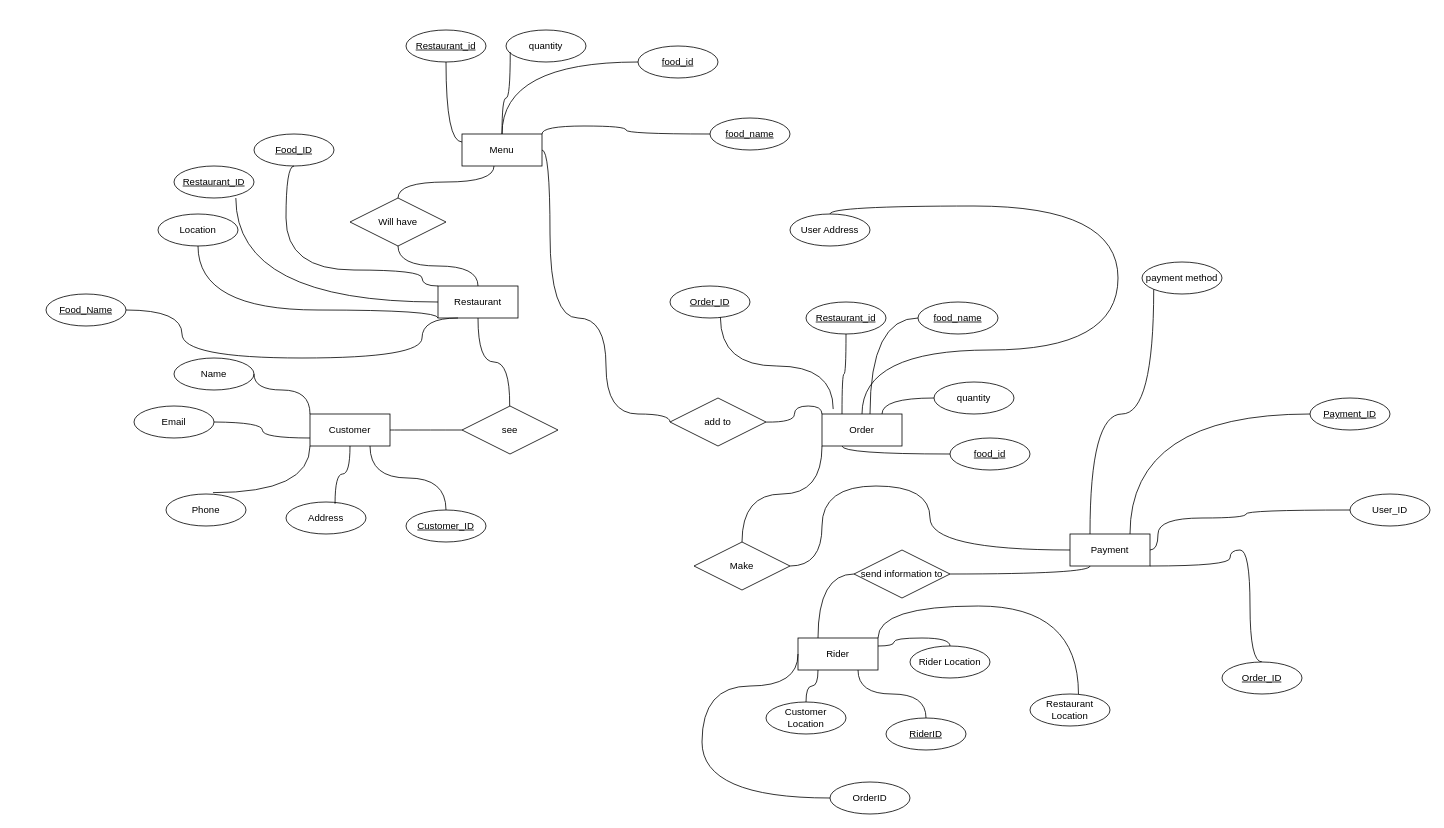
Before: page "Food_Delivery" (2 of 4) of mysej.drawio in ahmadanwar93/SET-day-22, a draw.io diagram. Source tidied: cells renumbered, new cells numbered last; positions are measured from the earlier drawing's top-left corner, leaving out a move shared by most shapes. Both pictures are drawn from the tidied source at 80%, with x=0, y=0 at pixel (46, 30).
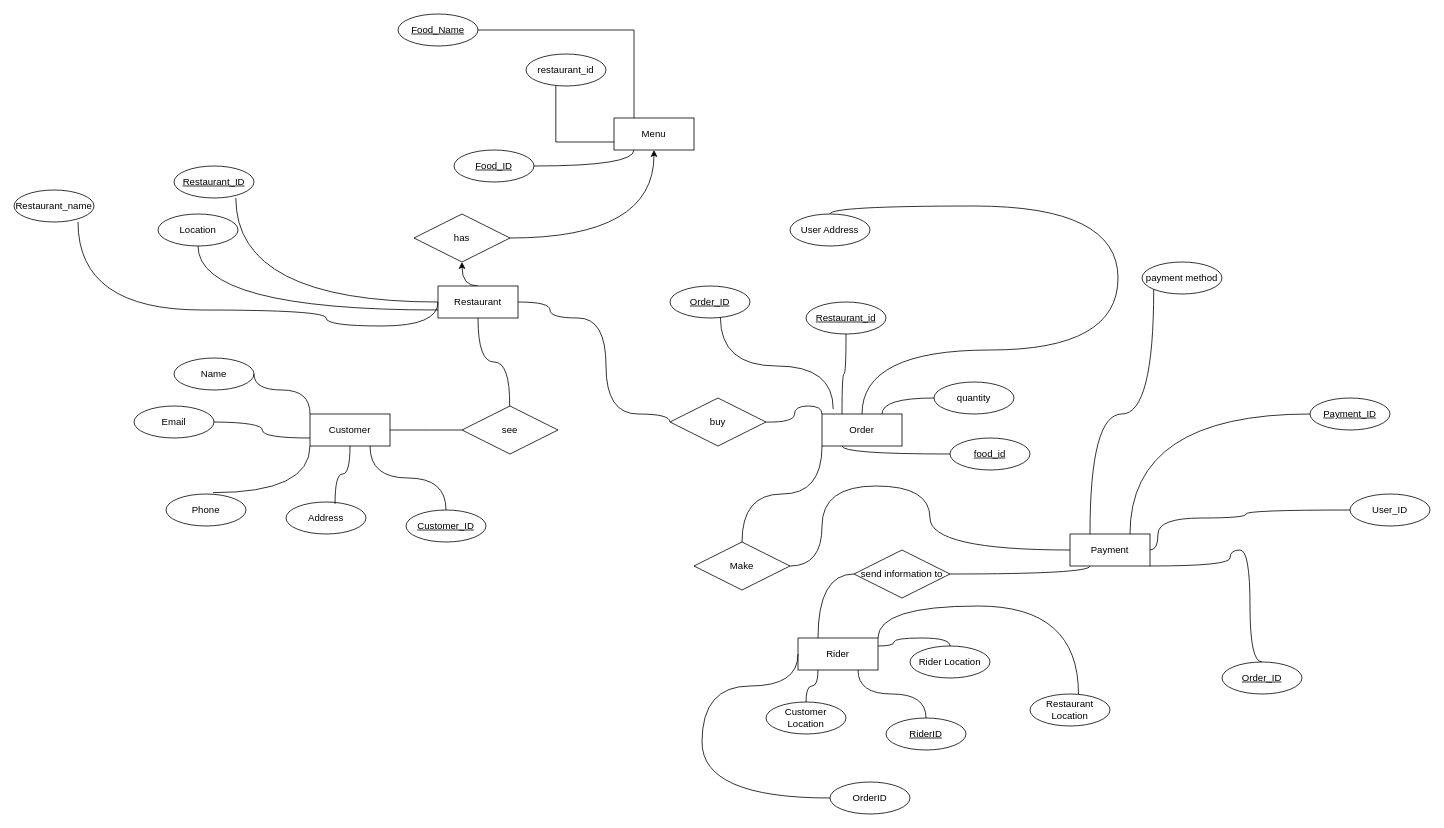
Above is the later version.

The change refers to these unchanged cells:
```xml
<mxCell id="3" value="Restaurant" style="whiteSpace=wrap;html=1;align=center;" parent="1" vertex="1">
  <mxGeometry x="490" y="320" width="100" height="40" as="geometry" />
</mxCell>
<mxCell id="7" value="Order" style="whiteSpace=wrap;html=1;align=center;" parent="1" vertex="1">
  <mxGeometry x="970" y="480" width="100" height="40" as="geometry" />
</mxCell>
<mxCell id="60" value="Location" style="ellipse;whiteSpace=wrap;html=1;align=center;" parent="1" vertex="1">
  <mxGeometry x="140" y="230" width="100" height="40" as="geometry" />
</mxCell>
```

Diff of the diagram source:
```diff
@@
+    <mxCell id="79" style="edgeStyle=orthogonalEdgeStyle;curved=1;rounded=0;jettySize=auto;html=1;exitX=0.5;exitY=0;exitDx=0;exitDy=0;entryX=0.5;entryY=1;entryDx=0;entryDy=0;" parent="1" edge="1" source="3" target="86">
+      <mxGeometry relative="1" as="geometry" />
+    </mxCell>
@@
-    <mxCell id="8" value="Menu" style="whiteSpace=wrap;html=1;align=center;" parent="1" vertex="1">
-      <mxGeometry x="520" y="130" width="100" height="40" as="geometry" />
-    </mxCell>
@@
-    <mxCell id="18" style="endArrow=none;html=1;rounded=0;edgeStyle=orthogonalEdgeStyle;curved=1;exitX=0.4;exitY=1;exitDx=0;exitDy=0;exitPerimeter=0;entryX=0.5;entryY=0;entryDx=0;entryDy=0;" parent="1" edge="1" source="8" target="57">
-      <mxGeometry relative="1" as="geometry" />
-    </mxCell>
-    <mxCell id="19" value="Restaurant_id" style="ellipse;whiteSpace=wrap;html=1;align=center;fontStyle=4;" parent="1" vertex="1">
-      <mxGeometry x="450" width="100" height="40" as="geometry" />
-    </mxCell>
-    <mxCell id="20" value="quantity" style="ellipse;whiteSpace=wrap;html=1;align=center;" parent="1" vertex="1">
-      <mxGeometry x="575" width="100" height="40" as="geometry" />
-    </mxCell>
-    <mxCell id="21" value="food_id" style="ellipse;whiteSpace=wrap;html=1;align=center;fontStyle=4;" parent="1" vertex="1">
-      <mxGeometry x="740" y="20" width="100" height="40" as="geometry" />
-    </mxCell>
-    <mxCell id="22" style="endArrow=none;html=1;rounded=0;edgeStyle=orthogonalEdgeStyle;curved=1;exitX=0.5;exitY=1;exitDx=0;exitDy=0;entryX=0;entryY=0.25;entryDx=0;entryDy=0;" parent="1" edge="1" source="19" target="8">
-      <mxGeometry relative="1" as="geometry" />
-    </mxCell>
-    <mxCell id="23" style="endArrow=none;html=1;rounded=0;edgeStyle=orthogonalEdgeStyle;curved=1;exitX=0.053;exitY=0.692;exitDx=0;exitDy=0;entryX=0.5;entryY=0;entryDx=0;entryDy=0;exitPerimeter=0;" parent="1" edge="1" source="20" target="8">
-      <mxGeometry relative="1" as="geometry" />
-    </mxCell>
-    <mxCell id="24" style="endArrow=none;html=1;rounded=0;edgeStyle=orthogonalEdgeStyle;curved=1;exitX=0;exitY=0.5;exitDx=0;exitDy=0;" parent="1" edge="1" source="21" target="8">
-      <mxGeometry relative="1" as="geometry" />
-    </mxCell>
-    <mxCell id="25" style="endArrow=none;html=1;rounded=0;edgeStyle=orthogonalEdgeStyle;curved=1;exitX=1;exitY=0.5;exitDx=0;exitDy=0;entryX=0;entryY=0.25;entryDx=0;entryDy=0;" parent="1" edge="1" source="8">
+    <mxCell id="25" style="endArrow=none;html=1;rounded=0;edgeStyle=orthogonalEdgeStyle;curved=1;exitX=1;exitY=0.5;exitDx=0;exitDy=0;entryX=0;entryY=0.25;entryDx=0;entryDy=0;" parent="1" edge="1" source="3">
       <mxGeometry relative="1" as="geometry">
         <mxPoint x="780" y="490" as="targetPoint" />
         <Array as="points">
+          <mxPoint x="630" y="340" />
           <mxPoint x="630" y="360" />
           <mxPoint x="700" y="360" />
           <mxPoint x="700" y="480" />
           <mxPoint x="780" y="480" />
         </Array>
       </mxGeometry>
     </mxCell>
-    <mxCell id="26" value="add to" style="shape=rhombus;perimeter=rhombusPerimeter;whiteSpace=wrap;html=1;align=center;" parent="1" vertex="1">
+    <mxCell id="26" value="buy" style="shape=rhombus;perimeter=rhombusPerimeter;whiteSpace=wrap;html=1;align=center;" parent="1" vertex="1">
       <mxGeometry x="780" y="460" width="120" height="60" as="geometry" />
     </mxCell>
@@
-    <mxCell id="57" value="Will have" style="shape=rhombus;perimeter=rhombusPerimeter;whiteSpace=wrap;html=1;align=center;" parent="1" vertex="1">
-      <mxGeometry x="380" y="210" width="120" height="60" as="geometry" />
-    </mxCell>
-    <mxCell id="58" style="endArrow=none;html=1;rounded=0;edgeStyle=orthogonalEdgeStyle;curved=1;exitX=0.5;exitY=0;exitDx=0;exitDy=0;entryX=0.5;entryY=1;entryDx=0;entryDy=0;" parent="1" edge="1" source="3" target="57">
-      <mxGeometry relative="1" as="geometry" />
-    </mxCell>
@@
     <mxCell id="61" value="Food_ID" style="ellipse;whiteSpace=wrap;html=1;align=center;fontStyle=4;" parent="1" vertex="1">
-      <mxGeometry x="260" y="130" width="100" height="40" as="geometry" />
+      <mxGeometry x="510" y="150" width="100" height="40" as="geometry" />
     </mxCell>
-    <mxCell id="62" style="endArrow=none;html=1;rounded=0;edgeStyle=orthogonalEdgeStyle;curved=1;exitX=0;exitY=1;exitDx=0;exitDy=0;entryX=0.5;entryY=1;entryDx=0;entryDy=0;" parent="1" edge="1" source="3" target="60">
+    <mxCell id="62" style="endArrow=none;html=1;rounded=0;edgeStyle=orthogonalEdgeStyle;curved=1;entryX=0.5;entryY=1;entryDx=0;entryDy=0;" parent="1" edge="1" target="60">
       <mxGeometry relative="1" as="geometry">
+        <mxPoint x="490" y="350" as="sourcePoint" />
         <Array as="points">
           <mxPoint x="490" y="350" />
           <mxPoint x="190" y="350" />
         </Array>
       </mxGeometry>
     </mxCell>
@@
-    <mxCell id="64" style="endArrow=none;html=1;rounded=0;edgeStyle=orthogonalEdgeStyle;curved=1;exitX=0;exitY=0;exitDx=0;exitDy=0;entryX=0.5;entryY=1;entryDx=0;entryDy=0;" parent="1" edge="1" source="3" target="61">
-      <mxGeometry relative="1" as="geometry">
-        <Array as="points">
-          <mxPoint x="470" y="320" />
-          <mxPoint x="470" y="300" />
-          <mxPoint x="300" y="300" />
-          <mxPoint x="300" y="170" />
-        </Array>
-      </mxGeometry>
-    </mxCell>
@@
-    <mxCell id="67" value="food_name" style="ellipse;whiteSpace=wrap;html=1;align=center;fontStyle=4;" parent="1" vertex="1">
-      <mxGeometry x="1090" y="340" width="100" height="40" as="geometry" />
-    </mxCell>
-    <mxCell id="68" style="endArrow=none;html=1;rounded=0;edgeStyle=orthogonalEdgeStyle;curved=1;entryX=0.6;entryY=0;entryDx=0;entryDy=0;entryPerimeter=0;" parent="1" edge="1" source="67" target="7">
-      <mxGeometry relative="1" as="geometry" />
-    </mxCell>
@@
     <mxCell id="75" value="Food_Name" style="ellipse;whiteSpace=wrap;html=1;align=center;fontStyle=4;" parent="1" vertex="1">
-      <mxGeometry y="330" width="100" height="40" as="geometry" />
+      <mxGeometry x="440" y="-20" width="100" height="40" as="geometry" />
     </mxCell>
-    <mxCell id="76" style="endArrow=none;html=1;rounded=0;edgeStyle=orthogonalEdgeStyle;curved=1;exitX=0.25;exitY=1;exitDx=0;exitDy=0;entryX=1;entryY=0.5;entryDx=0;entryDy=0;" parent="1" edge="1" source="3" target="75">
-      <mxGeometry relative="1" as="geometry">
-        <Array as="points">
-          <mxPoint x="470" y="360" />
-          <mxPoint x="470" y="410" />
-          <mxPoint x="170" y="410" />
-          <mxPoint x="170" y="350" />
-        </Array>
-      </mxGeometry>
+    <mxCell id="76" style="endArrow=none;html=1;rounded=0;edgeStyle=orthogonalEdgeStyle;exitX=0.25;exitY=0;exitDx=0;exitDy=0;entryX=1;entryY=0.5;entryDx=0;entryDy=0;" parent="1" edge="1" source="8" target="75">
+      <mxGeometry relative="1" as="geometry" />
     </mxCell>
-    <mxCell id="77" value="food_name" style="ellipse;whiteSpace=wrap;html=1;align=center;fontStyle=4;" parent="1" vertex="1">
-      <mxGeometry x="830" y="110" width="100" height="40" as="geometry" />
-    </mxCell>
-    <mxCell id="78" style="endArrow=none;html=1;rounded=0;edgeStyle=orthogonalEdgeStyle;curved=1;exitX=0;exitY=0.5;exitDx=0;exitDy=0;entryX=1;entryY=0;entryDx=0;entryDy=0;" parent="1" edge="1" source="77" target="8">
-      <mxGeometry relative="1" as="geometry" />
-    </mxCell>
+    <mxCell id="80" value="Restaurant_name" style="ellipse;whiteSpace=wrap;html=1;align=center;" parent="1" vertex="1">
+      <mxGeometry x="-40" y="200" width="100" height="40" as="geometry" />
+    </mxCell>
+    <mxCell id="81" style="endArrow=none;html=1;rounded=0;edgeStyle=orthogonalEdgeStyle;curved=1;exitX=0;exitY=0.5;exitDx=0;exitDy=0;entryX=0.5;entryY=1;entryDx=0;entryDy=0;" parent="1" edge="1" source="3">
+      <mxGeometry relative="1" as="geometry">
+        <mxPoint x="40" y="240" as="targetPoint" />
+        <Array as="points">
+          <mxPoint x="490" y="370" />
+          <mxPoint x="350" y="370" />
+          <mxPoint x="350" y="350" />
+          <mxPoint x="40" y="350" />
+        </Array>
+      </mxGeometry>
+    </mxCell>
+    <mxCell id="8" value="Menu" style="whiteSpace=wrap;html=1;align=center;" parent="1" vertex="1">
+      <mxGeometry x="710" y="110" width="100" height="40" as="geometry" />
+    </mxCell>
+    <mxCell id="82" value="restaurant_id" style="ellipse;whiteSpace=wrap;html=1;align=center;" parent="1" vertex="1">
+      <mxGeometry x="600" y="30" width="100" height="40" as="geometry" />
+    </mxCell>
+    <mxCell id="83" style="endArrow=none;html=1;rounded=0;edgeStyle=orthogonalEdgeStyle;exitX=0;exitY=0.75;exitDx=0;exitDy=0;entryX=0.373;entryY=1.001;entryDx=0;entryDy=0;entryPerimeter=0;" parent="1" edge="1" source="8" target="82">
+      <mxGeometry relative="1" as="geometry" />
+    </mxCell>
+    <mxCell id="84" style="endArrow=none;html=1;rounded=0;edgeStyle=orthogonalEdgeStyle;curved=1;exitX=0.25;exitY=1;exitDx=0;exitDy=0;entryX=1;entryY=0.5;entryDx=0;entryDy=0;" parent="1" edge="1" source="8" target="61">
+      <mxGeometry relative="1" as="geometry" />
+    </mxCell>
+    <mxCell id="85" style="edgeStyle=orthogonalEdgeStyle;curved=1;rounded=0;jettySize=auto;html=1;exitX=1;exitY=0.5;exitDx=0;exitDy=0;" parent="1" edge="1" source="86" target="8">
+      <mxGeometry relative="1" as="geometry" />
+    </mxCell>
+    <mxCell id="86" value="has" style="shape=rhombus;perimeter=rhombusPerimeter;whiteSpace=wrap;html=1;align=center;" parent="1" vertex="1">
+      <mxGeometry x="460" y="230" width="120" height="60" as="geometry" />
+    </mxCell>
```
